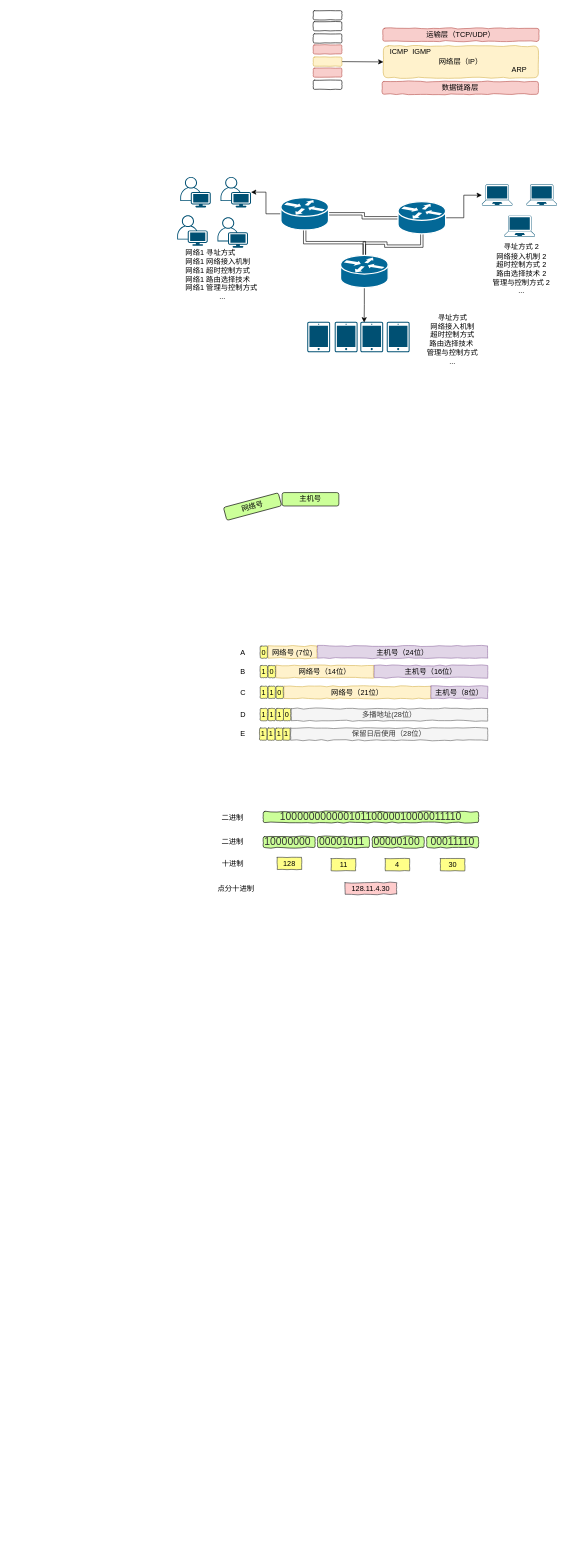
The draw.io diagram page "第 2 页" (2 of 2) of Untitled Diagram.drawio in doctorrm/tool, before the edit. Source tidied: cells renumbered, new cells numbered last; positions are measured from the earlier drawing's top-left corner, leaving out a move shared by most shapes. Both pictures are drawn from the tidied source at 61%, with x=0, y=0 at pixel (175, 10).
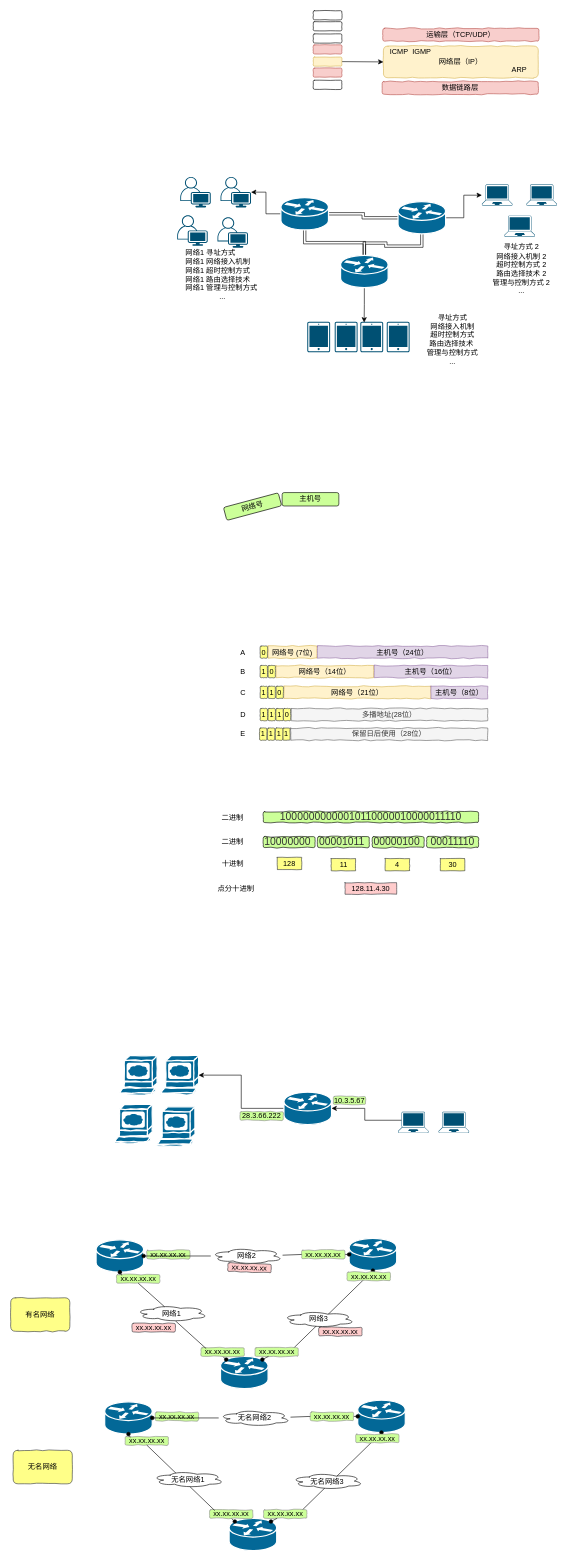
The same page after the edit.

What changed in the source:
```diff
@@
+    <mxCell id="82" style="edgeStyle=orthogonalEdgeStyle;rounded=0;jettySize=auto;html=1;exitX=0;exitY=0.5;exitDx=0;exitDy=0;exitPerimeter=0;strokeColor=#000000;" parent="1" edge="1" source="83" target="84">
+      <mxGeometry relative="1" as="geometry" />
+    </mxCell>
+    <mxCell id="83" style="shape=mxgraph.cisco.routers.router;html=1;dashed=0;fillColor=#036897;strokeColor=#ffffff;strokeWidth=2;verticalLabelPosition=bottom;verticalAlign=top;align=center;outlineConnect=0;shadow=0;dashPattern=1 1;labelBackgroundColor=none;comic=0;sketch=0;" parent="1" vertex="1">
+      <mxGeometry x="178" y="1773" width="78" height="53" as="geometry" />
+    </mxCell>
+    <mxCell id="84" style="shape=mxgraph.cisco.computers_and_peripherals.web_browser;html=1;dashed=0;fillColor=#036897;strokeColor=#ffffff;strokeWidth=2;verticalLabelPosition=bottom;verticalAlign=top;align=center;outlineConnect=0;shadow=0;labelBackgroundColor=none;comic=1;sketch=0;" parent="1" vertex="1">
+      <mxGeometry x="-24" y="1713" width="62" height="64" as="geometry" />
+    </mxCell>
+    <mxCell id="85" style="shape=mxgraph.cisco.computers_and_peripherals.web_browser;html=1;dashed=0;fillColor=#036897;strokeColor=#ffffff;strokeWidth=2;verticalLabelPosition=bottom;verticalAlign=top;align=center;shadow=0;labelBackgroundColor=none;comic=1;sketch=0;" parent="1" vertex="1">
+      <mxGeometry x="-30" y="1797" width="62" height="64" as="geometry" />
+    </mxCell>
+    <mxCell id="86" style="shape=mxgraph.cisco.computers_and_peripherals.web_browser;html=1;dashed=0;fillColor=#036897;strokeColor=#ffffff;strokeWidth=2;verticalLabelPosition=bottom;verticalAlign=top;align=center;shadow=0;labelBackgroundColor=none;comic=1;sketch=0;" parent="1" vertex="1">
+      <mxGeometry x="-92" y="1713" width="62" height="64" as="geometry" />
+    </mxCell>
+    <mxCell id="87" style="shape=mxgraph.cisco.computers_and_peripherals.web_browser;html=1;dashed=0;fillColor=#036897;strokeColor=#ffffff;strokeWidth=2;verticalLabelPosition=bottom;verticalAlign=top;align=center;shadow=0;labelBackgroundColor=none;comic=1;sketch=0;" parent="1" vertex="1">
+      <mxGeometry x="-100" y="1793" width="62" height="64" as="geometry" />
+    </mxCell>
+    <mxCell id="88" style="edgeStyle=orthogonalEdgeStyle;rounded=0;jettySize=auto;html=1;exitX=0.115;exitY=0.4;exitDx=0;exitDy=0;exitPerimeter=0;entryX=1;entryY=0.5;entryDx=0;entryDy=0;entryPerimeter=0;strokeColor=#000000;" parent="1" edge="1" source="89" target="83">
+      <mxGeometry relative="1" as="geometry" />
+    </mxCell>
+    <mxCell id="89" style="points=[[0.13,0.02,0],[0.5,0,0],[0.87,0.02,0],[0.885,0.4,0],[0.985,0.985,0],[0.5,1,0],[0.015,0.985,0],[0.115,0.4,0]];verticalLabelPosition=bottom;html=1;verticalAlign=top;align=center;shape=mxgraph.cisco19.laptop;fillColor=#005073;strokeColor=none;" parent="1" vertex="1">
+      <mxGeometry x="365" y="1805" width="50" height="35" as="geometry" />
+    </mxCell>
+    <mxCell id="90" style="verticalLabelPosition=bottom;html=1;verticalAlign=top;align=center;shape=mxgraph.cisco19.laptop;fillColor=#005073;strokeColor=none;" parent="1" vertex="1">
+      <mxGeometry x="431.5" y="1805" width="50" height="35" as="geometry" />
+    </mxCell>
+    <mxCell id="91" value="&lt;span&gt;28.3.66.222&lt;/span&gt;" style="rounded=1;whiteSpace=wrap;html=1;shadow=0;labelBackgroundColor=none;comic=1;sketch=0;strokeColor=#8F8F8F;fillColor=#CCFF99;gradientColor=none;" parent="1" vertex="1">
+      <mxGeometry x="106" y="1805" width="71" height="14" as="geometry" />
+    </mxCell>
+    <mxCell id="92" value="&lt;span&gt;10.3.5.67&lt;/span&gt;" style="rounded=1;whiteSpace=wrap;html=1;shadow=0;labelBackgroundColor=none;comic=1;sketch=0;strokeColor=#8F8F8F;fillColor=#CCFF99;gradientColor=none;" parent="1" vertex="1">
+      <mxGeometry x="259" y="1780" width="52.8" height="13" as="geometry" />
+    </mxCell>
+    <mxCell id="93" style="shape=mxgraph.cisco.routers.router;html=1;dashed=0;fillColor=#036897;strokeColor=#ffffff;strokeWidth=2;verticalLabelPosition=bottom;verticalAlign=top;align=center;outlineConnect=0;shadow=0;dashPattern=1 1;labelBackgroundColor=none;comic=0;sketch=0;" parent="1" vertex="1">
+      <mxGeometry x="-130" y="2015" width="78" height="53" as="geometry" />
+    </mxCell>
+    <mxCell id="94" style="shape=mxgraph.cisco.routers.router;html=1;dashed=0;fillColor=#036897;strokeColor=#ffffff;strokeWidth=2;verticalLabelPosition=bottom;verticalAlign=top;align=center;outlineConnect=0;shadow=0;dashPattern=1 1;labelBackgroundColor=none;comic=0;sketch=0;" parent="1" vertex="1">
+      <mxGeometry x="74" y="2206" width="78" height="53" as="geometry" />
+    </mxCell>
+    <mxCell id="95" style="shape=mxgraph.cisco.routers.router;html=1;dashed=0;fillColor=#036897;strokeColor=#ffffff;strokeWidth=2;verticalLabelPosition=bottom;verticalAlign=top;align=center;outlineConnect=0;shadow=0;dashPattern=1 1;labelBackgroundColor=none;comic=0;sketch=0;" parent="1" vertex="1">
+      <mxGeometry x="284.8" y="2012.5" width="78" height="53" as="geometry" />
+    </mxCell>
+    <mxCell id="96" style="endArrow=oval;html=1;strokeColor=#000000;entryX=0;entryY=0.5;entryDx=0;entryDy=0;entryPerimeter=0;startArrow=none;startFill=1;endFill=1;" parent="1" edge="1" source="113" target="95">
+      <mxGeometry relative="1" as="geometry" />
+    </mxCell>
+    <mxCell id="97" style="endArrow=oval;html=1;strokeColor=#000000;startArrow=none;startFill=1;endFill=1;exitX=0.5;exitY=1;exitDx=0;exitDy=0;exitPerimeter=0;entryX=0.12;entryY=0.1;entryDx=0;entryDy=0;entryPerimeter=0;" parent="1" edge="1" source="108" target="94">
+      <mxGeometry relative="1" as="geometry" />
+    </mxCell>
+    <mxCell id="98" style="endArrow=oval;html=1;strokeColor=#000000;startArrow=none;startFill=1;endFill=1;exitX=0.88;exitY=0.1;exitDx=0;exitDy=0;exitPerimeter=0;entryX=0.5;entryY=1;entryDx=0;entryDy=0;entryPerimeter=0;" parent="1" edge="1" source="106" target="95">
+      <mxGeometry relative="1" as="geometry" />
+    </mxCell>
+    <mxCell id="99" value="xx.xx.xx.xx" style="rounded=1;whiteSpace=wrap;html=1;shadow=0;labelBackgroundColor=none;comic=1;sketch=0;strokeColor=#8F8F8F;fillColor=#CCFF99;gradientColor=none;" parent="1" vertex="1">
+      <mxGeometry x="-47" y="2032" width="71" height="14" as="geometry" />
+    </mxCell>
+    <mxCell id="100" value="无名网络" style="rounded=1;whiteSpace=wrap;html=1;shadow=0;labelBackgroundColor=none;comic=1;sketch=0;strokeColor=#36393d;fillColor=#ffff88;" parent="1" vertex="1">
+      <mxGeometry x="-266" y="2360" width="97" height="55" as="geometry" />
+    </mxCell>
+    <mxCell id="101" value="有名网络" style="rounded=1;whiteSpace=wrap;html=1;shadow=0;labelBackgroundColor=none;comic=1;sketch=0;strokeColor=#36393d;fillColor=#ffff88;" parent="1" vertex="1">
+      <mxGeometry x="-270" y="2110" width="97" height="55" as="geometry" />
+    </mxCell>
+    <mxCell id="102" value="xx.xx.xx.xx" style="rounded=1;whiteSpace=wrap;html=1;shadow=0;labelBackgroundColor=none;comic=1;sketch=0;strokeColor=#8F8F8F;fillColor=#CCFF99;gradientColor=none;" parent="1" vertex="1">
+      <mxGeometry x="281.5" y="2068" width="71" height="14" as="geometry" />
+    </mxCell>
+    <mxCell id="103" value="xx.xx.xx.xx" style="rounded=1;whiteSpace=wrap;html=1;shadow=0;labelBackgroundColor=none;comic=1;sketch=0;strokeColor=#36393d;fillColor=#ffcccc;" parent="1" vertex="1">
+      <mxGeometry x="-71" y="2152" width="71" height="14" as="geometry" />
+    </mxCell>
+    <mxCell id="104" value="xx.xx.xx.xx" style="rounded=1;whiteSpace=wrap;html=1;shadow=0;labelBackgroundColor=none;comic=1;sketch=0;strokeColor=#8F8F8F;fillColor=#CCFF99;gradientColor=none;" parent="1" vertex="1">
+      <mxGeometry x="-96.5" y="2072" width="71" height="14" as="geometry" />
+    </mxCell>
+    <mxCell id="105" style="endArrow=none;html=1;strokeColor=#000000;startArrow=oval;startFill=1;endFill=1;exitX=0.5;exitY=1;exitDx=0;exitDy=0;exitPerimeter=0;entryX=0.12;entryY=0.1;entryDx=0;entryDy=0;entryPerimeter=0;" parent="1" edge="1" source="93" target="104">
+      <mxGeometry relative="1" as="geometry" />
+    </mxCell>
+    <mxCell id="106" value="xx.xx.xx.xx" style="rounded=1;whiteSpace=wrap;html=1;shadow=0;labelBackgroundColor=none;comic=1;sketch=0;strokeColor=#8F8F8F;fillColor=#CCFF99;gradientColor=none;" parent="1" vertex="1">
+      <mxGeometry x="130.5" y="2192" width="71" height="14" as="geometry" />
+    </mxCell>
+    <mxCell id="107" style="endArrow=none;html=1;strokeColor=#000000;startArrow=oval;startFill=1;endFill=1;exitX=0.88;exitY=0.1;exitDx=0;exitDy=0;exitPerimeter=0;" parent="1" edge="1" source="94" target="106">
+      <mxGeometry relative="1" as="geometry" />
+    </mxCell>
+    <mxCell id="108" value="xx.xx.xx.xx" style="rounded=1;whiteSpace=wrap;html=1;shadow=0;labelBackgroundColor=none;comic=1;sketch=0;strokeColor=#8F8F8F;fillColor=#CCFF99;gradientColor=none;" parent="1" vertex="1">
+      <mxGeometry x="42" y="2192" width="71" height="14" as="geometry" />
+    </mxCell>
+    <mxCell id="109" style="endArrow=none;html=1;strokeColor=#000000;startArrow=none;startFill=1;endFill=1;exitX=0.55;exitY=0.95;exitDx=0;exitDy=0;exitPerimeter=0;entryX=0.12;entryY=0.1;entryDx=0;entryDy=0;entryPerimeter=0;" parent="1" edge="1" source="137" target="108">
+      <mxGeometry relative="1" as="geometry" />
+    </mxCell>
+    <mxCell id="110" value="网络3" style="ellipse;shape=cloud;whiteSpace=wrap;html=1;shadow=0;labelBackgroundColor=none;comic=1;sketch=0;" parent="1" vertex="1">
+      <mxGeometry x="176" y="2131.5" width="118" height="27" as="geometry" />
+    </mxCell>
+    <mxCell id="111" value="xx.xx.xx.xx" style="rounded=1;whiteSpace=wrap;html=1;shadow=0;labelBackgroundColor=none;comic=1;sketch=0;strokeColor=#36393d;fillColor=#ffcccc;" parent="1" vertex="1">
+      <mxGeometry x="235" y="2158.5" width="71" height="14" as="geometry" />
+    </mxCell>
+    <mxCell id="112" value="xx.xx.xx.xx" style="rounded=1;whiteSpace=wrap;html=1;shadow=0;labelBackgroundColor=none;comic=1;sketch=0;strokeColor=#36393d;fillColor=#ffcccc;rotation=2;" parent="1" vertex="1">
+      <mxGeometry x="86" y="2054" width="71" height="14" as="geometry" />
+    </mxCell>
+    <mxCell id="113" value="xx.xx.xx.xx" style="rounded=1;whiteSpace=wrap;html=1;shadow=0;labelBackgroundColor=none;comic=1;sketch=0;strokeColor=#8F8F8F;fillColor=#CCFF99;gradientColor=none;" parent="1" vertex="1">
+      <mxGeometry x="207" y="2032" width="71" height="14" as="geometry" />
+    </mxCell>
+    <mxCell id="114" style="endArrow=none;html=1;strokeColor=#000000;entryX=0;entryY=0.5;entryDx=0;entryDy=0;entryPerimeter=0;startArrow=none;startFill=1;endFill=1;" parent="1" edge="1" source="135" target="113">
+      <mxGeometry relative="1" as="geometry" />
+    </mxCell>
+    <mxCell id="115" style="shape=mxgraph.cisco.routers.router;html=1;dashed=0;fillColor=#036897;strokeColor=#ffffff;strokeWidth=2;verticalLabelPosition=bottom;verticalAlign=top;align=center;outlineConnect=0;shadow=0;dashPattern=1 1;labelBackgroundColor=none;comic=0;sketch=0;" parent="1" vertex="1">
+      <mxGeometry x="-115.9" y="2280.5" width="78" height="53" as="geometry" />
+    </mxCell>
+    <mxCell id="116" style="shape=mxgraph.cisco.routers.router;html=1;dashed=0;fillColor=#036897;strokeColor=#ffffff;strokeWidth=2;verticalLabelPosition=bottom;verticalAlign=top;align=center;outlineConnect=0;shadow=0;dashPattern=1 1;labelBackgroundColor=none;comic=0;sketch=0;" parent="1" vertex="1">
+      <mxGeometry x="88.1" y="2471.5" width="78" height="53" as="geometry" />
+    </mxCell>
+    <mxCell id="117" style="shape=mxgraph.cisco.routers.router;html=1;dashed=0;fillColor=#036897;strokeColor=#ffffff;strokeWidth=2;verticalLabelPosition=bottom;verticalAlign=top;align=center;outlineConnect=0;shadow=0;dashPattern=1 1;labelBackgroundColor=none;comic=0;sketch=0;" parent="1" vertex="1">
+      <mxGeometry x="298.9" y="2278" width="78" height="53" as="geometry" />
+    </mxCell>
+    <mxCell id="118" style="endArrow=oval;html=1;strokeColor=#000000;entryX=0;entryY=0.5;entryDx=0;entryDy=0;entryPerimeter=0;startArrow=none;startFill=1;endFill=1;" parent="1" edge="1" source="130" target="117">
+      <mxGeometry relative="1" as="geometry" />
+    </mxCell>
+    <mxCell id="119" style="endArrow=oval;html=1;strokeColor=#000000;startArrow=none;startFill=1;endFill=1;exitX=0.5;exitY=1;exitDx=0;exitDy=0;exitPerimeter=0;entryX=0.12;entryY=0.1;entryDx=0;entryDy=0;entryPerimeter=0;" parent="1" edge="1" source="127" target="116">
+      <mxGeometry relative="1" as="geometry" />
+    </mxCell>
+    <mxCell id="120" style="endArrow=oval;html=1;strokeColor=#000000;startArrow=none;startFill=1;endFill=1;exitX=0.88;exitY=0.1;exitDx=0;exitDy=0;exitPerimeter=0;entryX=0.5;entryY=1;entryDx=0;entryDy=0;entryPerimeter=0;" parent="1" edge="1" source="125" target="117">
+      <mxGeometry relative="1" as="geometry" />
+    </mxCell>
+    <mxCell id="121" value="xx.xx.xx.xx" style="rounded=1;whiteSpace=wrap;html=1;shadow=0;labelBackgroundColor=none;comic=1;sketch=0;strokeColor=#8F8F8F;fillColor=#CCFF99;gradientColor=none;" parent="1" vertex="1">
+      <mxGeometry x="-32.9" y="2297.5" width="71" height="14" as="geometry" />
+    </mxCell>
+    <mxCell id="122" value="xx.xx.xx.xx" style="rounded=1;whiteSpace=wrap;html=1;shadow=0;labelBackgroundColor=none;comic=1;sketch=0;strokeColor=#8F8F8F;fillColor=#CCFF99;gradientColor=none;" parent="1" vertex="1">
+      <mxGeometry x="295.6" y="2333.5" width="71" height="14" as="geometry" />
+    </mxCell>
+    <mxCell id="123" value="xx.xx.xx.xx" style="rounded=1;whiteSpace=wrap;html=1;shadow=0;labelBackgroundColor=none;comic=1;sketch=0;strokeColor=#8F8F8F;fillColor=#CCFF99;gradientColor=none;" parent="1" vertex="1">
+      <mxGeometry x="-82.4" y="2337.5" width="71" height="14" as="geometry" />
+    </mxCell>
+    <mxCell id="124" style="endArrow=none;html=1;strokeColor=#000000;startArrow=oval;startFill=1;endFill=1;exitX=0.5;exitY=1;exitDx=0;exitDy=0;exitPerimeter=0;entryX=0.12;entryY=0.1;entryDx=0;entryDy=0;entryPerimeter=0;" parent="1" edge="1" source="115" target="123">
+      <mxGeometry relative="1" as="geometry" />
+    </mxCell>
+    <mxCell id="125" value="xx.xx.xx.xx" style="rounded=1;whiteSpace=wrap;html=1;shadow=0;labelBackgroundColor=none;comic=1;sketch=0;strokeColor=#8F8F8F;fillColor=#CCFF99;gradientColor=none;" parent="1" vertex="1">
+      <mxGeometry x="144.6" y="2457.5" width="71" height="14" as="geometry" />
+    </mxCell>
+    <mxCell id="126" style="endArrow=none;html=1;strokeColor=#000000;startArrow=oval;startFill=1;endFill=1;exitX=0.88;exitY=0.1;exitDx=0;exitDy=0;exitPerimeter=0;" parent="1" edge="1" source="116" target="125">
+      <mxGeometry relative="1" as="geometry" />
+    </mxCell>
+    <mxCell id="127" value="xx.xx.xx.xx" style="rounded=1;whiteSpace=wrap;html=1;shadow=0;labelBackgroundColor=none;comic=1;sketch=0;strokeColor=#8F8F8F;fillColor=#CCFF99;gradientColor=none;" parent="1" vertex="1">
+      <mxGeometry x="56.1" y="2457.5" width="71" height="14" as="geometry" />
+    </mxCell>
+    <mxCell id="128" style="endArrow=none;html=1;strokeColor=#000000;startArrow=none;startFill=1;endFill=1;exitX=0.5;exitY=1;exitDx=0;exitDy=0;exitPerimeter=0;entryX=0.12;entryY=0.1;entryDx=0;entryDy=0;entryPerimeter=0;" parent="1" edge="1" source="123" target="127">
+      <mxGeometry relative="1" as="geometry" />
+    </mxCell>
+    <mxCell id="129" value="无名网络3" style="ellipse;shape=cloud;whiteSpace=wrap;html=1;shadow=0;labelBackgroundColor=none;comic=1;sketch=0;" parent="1" vertex="1">
+      <mxGeometry x="190.1" y="2397" width="118" height="27" as="geometry" />
+    </mxCell>
+    <mxCell id="130" value="xx.xx.xx.xx" style="rounded=1;whiteSpace=wrap;html=1;shadow=0;labelBackgroundColor=none;comic=1;sketch=0;strokeColor=#8F8F8F;fillColor=#CCFF99;gradientColor=none;" parent="1" vertex="1">
+      <mxGeometry x="221.1" y="2297.5" width="71" height="14" as="geometry" />
+    </mxCell>
+    <mxCell id="131" style="endArrow=none;html=1;strokeColor=#000000;entryX=0;entryY=0.5;entryDx=0;entryDy=0;entryPerimeter=0;startArrow=none;startFill=1;endFill=1;" parent="1" edge="1" source="133" target="130">
+      <mxGeometry relative="1" as="geometry" />
+    </mxCell>
+    <mxCell id="132" value="无名网络1" style="ellipse;shape=cloud;whiteSpace=wrap;html=1;shadow=0;labelBackgroundColor=none;comic=1;sketch=0;" parent="1" vertex="1">
+      <mxGeometry x="-38" y="2394" width="118" height="27" as="geometry" />
+    </mxCell>
+    <mxCell id="133" value="无名网络2" style="ellipse;shape=cloud;whiteSpace=wrap;html=1;shadow=0;labelBackgroundColor=none;comic=1;sketch=0;" parent="1" vertex="1">
+      <mxGeometry x="71" y="2293.5" width="118" height="27" as="geometry" />
+    </mxCell>
+    <mxCell id="134" style="endArrow=none;html=1;strokeColor=#000000;entryX=0;entryY=0.5;entryDx=0;entryDy=0;entryPerimeter=0;startArrow=oval;startFill=1;endFill=1;" parent="1" edge="1" source="115" target="133">
+      <mxGeometry relative="1" as="geometry" />
+    </mxCell>
+    <mxCell id="135" value="网络2" style="ellipse;shape=cloud;whiteSpace=wrap;html=1;shadow=0;labelBackgroundColor=none;comic=1;sketch=0;" parent="1" vertex="1">
+      <mxGeometry x="58" y="2028" width="118" height="27" as="geometry" />
+    </mxCell>
+    <mxCell id="136" style="endArrow=none;html=1;strokeColor=#000000;entryX=0;entryY=0.5;entryDx=0;entryDy=0;entryPerimeter=0;startArrow=oval;startFill=1;endFill=1;" parent="1" edge="1" source="93" target="135">
+      <mxGeometry relative="1" as="geometry" />
+    </mxCell>
+    <mxCell id="137" value="网络1" style="ellipse;shape=cloud;whiteSpace=wrap;html=1;shadow=0;labelBackgroundColor=none;comic=1;sketch=0;" parent="1" vertex="1">
+      <mxGeometry x="-65" y="2122" width="118" height="27" as="geometry" />
+    </mxCell>
+    <mxCell id="138" style="endArrow=none;html=1;strokeColor=#000000;startArrow=none;startFill=1;endFill=1;exitX=0.5;exitY=1;exitDx=0;exitDy=0;exitPerimeter=0;entryX=0.4;entryY=0.1;entryDx=0;entryDy=0;entryPerimeter=0;" parent="1" edge="1" source="104" target="137">
+      <mxGeometry relative="1" as="geometry" />
+    </mxCell>
```
